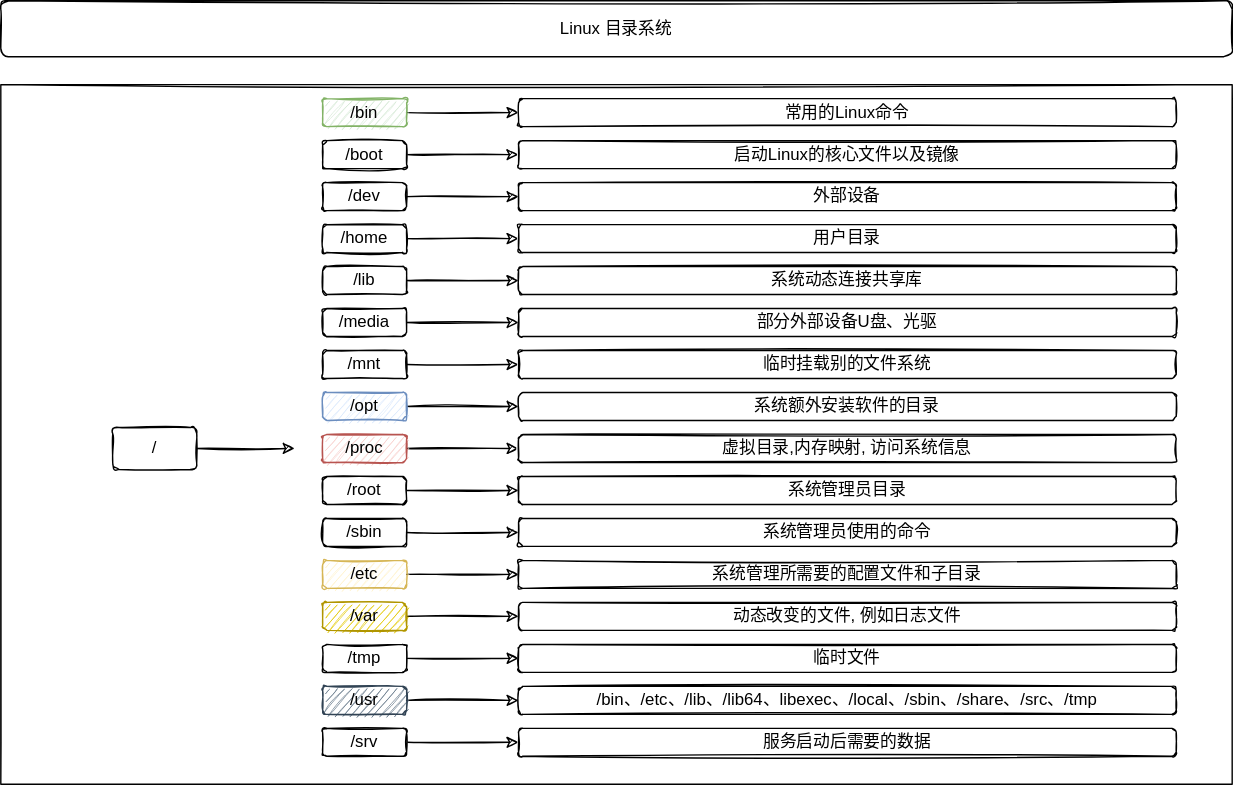
cd-home/Root keeps this draw.io diagram as 03-工作环境/images/Linux_dir.svg. Above is the earlier version. Source tidied: cells renumbered, new cells last; positions are measured from the earlier drawing's top-left corner, leaving out a move shared by most shapes.
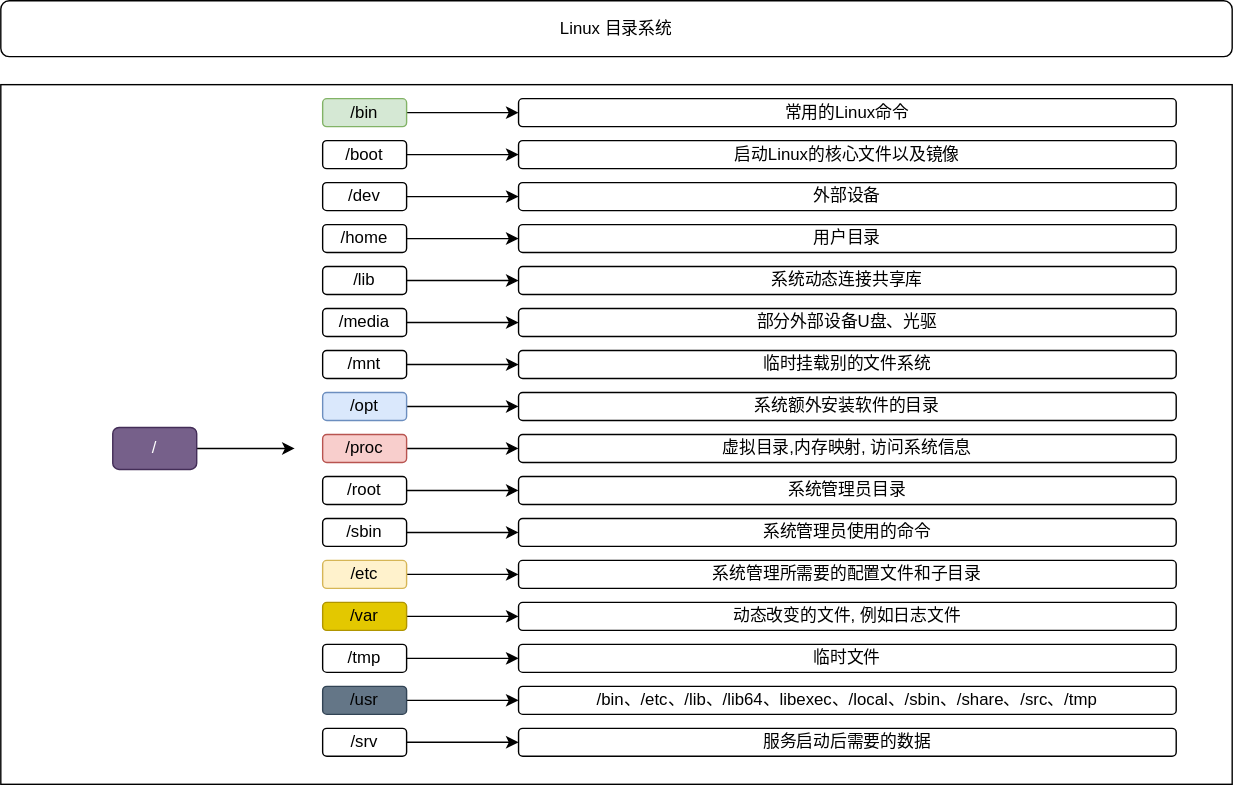
After the change.

What changed in the source:
```diff
@@ -2,162 +2,162 @@
   <root>
     <mxCell id="0" />
     <mxCell id="1" parent="0" />
-    <mxCell id="2" value="Linux 目录系统" style="rounded=1;whiteSpace=wrap;html=1;sketch=1;" parent="1" vertex="1">
+    <mxCell id="2" value="Linux 目录系统" style="rounded=1;whiteSpace=wrap;html=1;" parent="1" vertex="1">
       <mxGeometry width="880" height="40" as="geometry" />
     </mxCell>
-    <mxCell id="3" style="rounded=0;whiteSpace=wrap;html=1;sketch=1;" parent="1" vertex="1">
+    <mxCell id="3" style="rounded=0;whiteSpace=wrap;html=1;" parent="1" vertex="1">
       <mxGeometry y="60" width="880" height="500" as="geometry" />
     </mxCell>
-    <mxCell id="4" style="edgeStyle=orthogonalEdgeStyle;rounded=0;sketch=1;jettySize=auto;html=1;fontColor=#000000;" parent="1" edge="1" source="5">
+    <mxCell id="4" style="edgeStyle=orthogonalEdgeStyle;rounded=0;jettySize=auto;html=1;fontColor=#000000;" parent="1" edge="1" source="5">
       <mxGeometry relative="1" as="geometry">
         <mxPoint x="210" y="320" as="targetPoint" />
       </mxGeometry>
     </mxCell>
-    <mxCell id="5" value="/" style="rounded=1;whiteSpace=wrap;html=1;sketch=1;" parent="1" vertex="1">
+    <mxCell id="5" value="/" style="rounded=1;whiteSpace=wrap;html=1;fillColor=#76608a;fontColor=#ffffff;strokeColor=#432D57;" parent="1" vertex="1">
       <mxGeometry x="80" y="305" width="60" height="30" as="geometry" />
     </mxCell>
-    <mxCell id="6" style="edgeStyle=orthogonalEdgeStyle;rounded=0;sketch=1;jettySize=auto;html=1;" parent="1" edge="1" source="7" target="38">
+    <mxCell id="6" style="edgeStyle=orthogonalEdgeStyle;rounded=0;jettySize=auto;html=1;" parent="1" edge="1" source="7" target="38">
       <mxGeometry relative="1" as="geometry" />
     </mxCell>
-    <mxCell id="7" value="/bin" style="rounded=1;whiteSpace=wrap;html=1;sketch=1;fillColor=#d5e8d4;strokeColor=#82b366;" parent="1" vertex="1">
+    <mxCell id="7" value="/bin" style="rounded=1;whiteSpace=wrap;html=1;fillColor=#d5e8d4;strokeColor=#82b366;" parent="1" vertex="1">
       <mxGeometry x="230" y="70" width="60" height="20" as="geometry" />
     </mxCell>
-    <mxCell id="8" style="edgeStyle=orthogonalEdgeStyle;rounded=0;sketch=1;jettySize=auto;html=1;" parent="1" edge="1" source="9" target="39">
+    <mxCell id="8" style="edgeStyle=orthogonalEdgeStyle;rounded=0;jettySize=auto;html=1;" parent="1" edge="1" source="9" target="39">
       <mxGeometry relative="1" as="geometry" />
     </mxCell>
-    <mxCell id="9" value="/boot" style="rounded=1;whiteSpace=wrap;html=1;sketch=1;" parent="1" vertex="1">
+    <mxCell id="9" value="/boot" style="rounded=1;whiteSpace=wrap;html=1;" parent="1" vertex="1">
       <mxGeometry x="230" y="100" width="60" height="20" as="geometry" />
     </mxCell>
-    <mxCell id="10" style="edgeStyle=orthogonalEdgeStyle;rounded=0;sketch=1;jettySize=auto;html=1;" parent="1" edge="1" source="11" target="40">
+    <mxCell id="10" style="edgeStyle=orthogonalEdgeStyle;rounded=0;jettySize=auto;html=1;" parent="1" edge="1" source="11" target="40">
       <mxGeometry relative="1" as="geometry" />
     </mxCell>
-    <mxCell id="11" value="/dev" style="rounded=1;whiteSpace=wrap;html=1;sketch=1;" parent="1" vertex="1">
+    <mxCell id="11" value="/dev" style="rounded=1;whiteSpace=wrap;html=1;" parent="1" vertex="1">
       <mxGeometry x="230" y="130" width="60" height="20" as="geometry" />
     </mxCell>
-    <mxCell id="12" style="edgeStyle=orthogonalEdgeStyle;rounded=0;sketch=1;jettySize=auto;html=1;" parent="1" edge="1" source="13" target="41">
+    <mxCell id="12" style="edgeStyle=orthogonalEdgeStyle;rounded=0;jettySize=auto;html=1;" parent="1" edge="1" source="13" target="41">
       <mxGeometry relative="1" as="geometry" />
     </mxCell>
-    <mxCell id="13" value="/home" style="rounded=1;whiteSpace=wrap;html=1;sketch=1;" parent="1" vertex="1">
+    <mxCell id="13" value="/home" style="rounded=1;whiteSpace=wrap;html=1;" parent="1" vertex="1">
       <mxGeometry x="230" y="160" width="60" height="20" as="geometry" />
     </mxCell>
-    <mxCell id="14" style="edgeStyle=orthogonalEdgeStyle;rounded=0;sketch=1;jettySize=auto;html=1;" parent="1" edge="1" source="15" target="42">
+    <mxCell id="14" style="edgeStyle=orthogonalEdgeStyle;rounded=0;jettySize=auto;html=1;" parent="1" edge="1" source="15" target="42">
       <mxGeometry relative="1" as="geometry" />
     </mxCell>
-    <mxCell id="15" value="/lib" style="rounded=1;whiteSpace=wrap;html=1;sketch=1;" parent="1" vertex="1">
+    <mxCell id="15" value="/lib" style="rounded=1;whiteSpace=wrap;html=1;" parent="1" vertex="1">
       <mxGeometry x="230" y="190" width="60" height="20" as="geometry" />
     </mxCell>
-    <mxCell id="16" style="edgeStyle=orthogonalEdgeStyle;rounded=0;sketch=1;jettySize=auto;html=1;" parent="1" edge="1" source="17" target="43">
+    <mxCell id="16" style="edgeStyle=orthogonalEdgeStyle;rounded=0;jettySize=auto;html=1;" parent="1" edge="1" source="17" target="43">
       <mxGeometry relative="1" as="geometry" />
     </mxCell>
-    <mxCell id="17" value="/media" style="rounded=1;whiteSpace=wrap;html=1;sketch=1;" parent="1" vertex="1">
+    <mxCell id="17" value="/media" style="rounded=1;whiteSpace=wrap;html=1;" parent="1" vertex="1">
       <mxGeometry x="230" y="220" width="60" height="20" as="geometry" />
     </mxCell>
-    <mxCell id="18" style="edgeStyle=orthogonalEdgeStyle;rounded=0;sketch=1;jettySize=auto;html=1;" parent="1" edge="1" source="19" target="44">
+    <mxCell id="18" style="edgeStyle=orthogonalEdgeStyle;rounded=0;jettySize=auto;html=1;" parent="1" edge="1" source="19" target="44">
       <mxGeometry relative="1" as="geometry" />
     </mxCell>
-    <mxCell id="19" value="/mnt" style="rounded=1;whiteSpace=wrap;html=1;sketch=1;" parent="1" vertex="1">
+    <mxCell id="19" value="/mnt" style="rounded=1;whiteSpace=wrap;html=1;" parent="1" vertex="1">
       <mxGeometry x="230" y="250" width="60" height="20" as="geometry" />
     </mxCell>
-    <mxCell id="20" style="edgeStyle=orthogonalEdgeStyle;rounded=0;sketch=1;jettySize=auto;html=1;" parent="1" edge="1" source="21" target="45">
+    <mxCell id="20" style="edgeStyle=orthogonalEdgeStyle;rounded=0;jettySize=auto;html=1;" parent="1" edge="1" source="21" target="45">
       <mxGeometry relative="1" as="geometry" />
     </mxCell>
-    <mxCell id="21" value="/opt" style="rounded=1;whiteSpace=wrap;html=1;sketch=1;fillColor=#dae8fc;strokeColor=#6c8ebf;" parent="1" vertex="1">
+    <mxCell id="21" value="/opt" style="rounded=1;whiteSpace=wrap;html=1;fillColor=#dae8fc;strokeColor=#6c8ebf;" parent="1" vertex="1">
       <mxGeometry x="230" y="280" width="60" height="20" as="geometry" />
     </mxCell>
-    <mxCell id="22" style="edgeStyle=orthogonalEdgeStyle;rounded=0;sketch=1;jettySize=auto;html=1;" parent="1" edge="1" source="23" target="46">
+    <mxCell id="22" style="edgeStyle=orthogonalEdgeStyle;rounded=0;jettySize=auto;html=1;" parent="1" edge="1" source="23" target="46">
       <mxGeometry relative="1" as="geometry" />
     </mxCell>
-    <mxCell id="23" value="/proc" style="rounded=1;whiteSpace=wrap;html=1;sketch=1;fillColor=#f8cecc;strokeColor=#b85450;" parent="1" vertex="1">
+    <mxCell id="23" value="/proc" style="rounded=1;whiteSpace=wrap;html=1;fillColor=#f8cecc;strokeColor=#b85450;" parent="1" vertex="1">
       <mxGeometry x="230" y="310" width="60" height="20" as="geometry" />
     </mxCell>
-    <mxCell id="24" style="edgeStyle=orthogonalEdgeStyle;rounded=0;sketch=1;jettySize=auto;html=1;" parent="1" edge="1" source="25" target="47">
+    <mxCell id="24" style="edgeStyle=orthogonalEdgeStyle;rounded=0;jettySize=auto;html=1;" parent="1" edge="1" source="25" target="47">
       <mxGeometry relative="1" as="geometry" />
     </mxCell>
-    <mxCell id="25" value="/root" style="rounded=1;whiteSpace=wrap;html=1;sketch=1;" parent="1" vertex="1">
+    <mxCell id="25" value="/root" style="rounded=1;whiteSpace=wrap;html=1;" parent="1" vertex="1">
       <mxGeometry x="230" y="340" width="60" height="20" as="geometry" />
     </mxCell>
-    <mxCell id="26" style="edgeStyle=orthogonalEdgeStyle;rounded=0;sketch=1;jettySize=auto;html=1;" parent="1" edge="1" source="27" target="48">
+    <mxCell id="26" style="edgeStyle=orthogonalEdgeStyle;rounded=0;jettySize=auto;html=1;" parent="1" edge="1" source="27" target="48">
       <mxGeometry relative="1" as="geometry" />
     </mxCell>
-    <mxCell id="27" value="/sbin" style="rounded=1;whiteSpace=wrap;html=1;sketch=1;" parent="1" vertex="1">
+    <mxCell id="27" value="/sbin" style="rounded=1;whiteSpace=wrap;html=1;" parent="1" vertex="1">
       <mxGeometry x="230" y="370" width="60" height="20" as="geometry" />
     </mxCell>
-    <mxCell id="28" style="edgeStyle=orthogonalEdgeStyle;rounded=0;sketch=1;jettySize=auto;html=1;" parent="1" edge="1" source="29" target="49">
+    <mxCell id="28" style="edgeStyle=orthogonalEdgeStyle;rounded=0;jettySize=auto;html=1;" parent="1" edge="1" source="29" target="49">
       <mxGeometry relative="1" as="geometry" />
     </mxCell>
-    <mxCell id="29" value="/etc" style="rounded=1;whiteSpace=wrap;html=1;sketch=1;fillColor=#fff2cc;strokeColor=#d6b656;" parent="1" vertex="1">
+    <mxCell id="29" value="/etc" style="rounded=1;whiteSpace=wrap;html=1;fillColor=#fff2cc;strokeColor=#d6b656;" parent="1" vertex="1">
       <mxGeometry x="230" y="400" width="60" height="20" as="geometry" />
     </mxCell>
-    <mxCell id="30" style="edgeStyle=orthogonalEdgeStyle;rounded=0;sketch=1;jettySize=auto;html=1;" parent="1" edge="1" source="31" target="50">
+    <mxCell id="30" style="edgeStyle=orthogonalEdgeStyle;rounded=0;jettySize=auto;html=1;" parent="1" edge="1" source="31" target="50">
       <mxGeometry relative="1" as="geometry" />
     </mxCell>
-    <mxCell id="31" value="/var" style="rounded=1;whiteSpace=wrap;html=1;sketch=1;fillColor=#e3c800;strokeColor=#B09500;fontColor=#000000;" parent="1" vertex="1">
+    <mxCell id="31" value="/var" style="rounded=1;whiteSpace=wrap;html=1;fillColor=#e3c800;strokeColor=#B09500;fontColor=#000000;" parent="1" vertex="1">
       <mxGeometry x="230" y="430" width="60" height="20" as="geometry" />
     </mxCell>
-    <mxCell id="32" style="edgeStyle=orthogonalEdgeStyle;rounded=0;sketch=1;jettySize=auto;html=1;" parent="1" edge="1" source="33" target="51">
+    <mxCell id="32" style="edgeStyle=orthogonalEdgeStyle;rounded=0;jettySize=auto;html=1;" parent="1" edge="1" source="33" target="51">
       <mxGeometry relative="1" as="geometry" />
     </mxCell>
-    <mxCell id="33" value="/tmp" style="rounded=1;whiteSpace=wrap;html=1;sketch=1;" parent="1" vertex="1">
+    <mxCell id="33" value="/tmp" style="rounded=1;whiteSpace=wrap;html=1;" parent="1" vertex="1">
       <mxGeometry x="230" y="460" width="60" height="20" as="geometry" />
     </mxCell>
-    <mxCell id="34" style="edgeStyle=orthogonalEdgeStyle;rounded=0;sketch=1;jettySize=auto;html=1;" parent="1" edge="1" source="35" target="52">
+    <mxCell id="34" style="edgeStyle=orthogonalEdgeStyle;rounded=0;jettySize=auto;html=1;" parent="1" edge="1" source="35" target="52">
       <mxGeometry relative="1" as="geometry" />
     </mxCell>
-    <mxCell id="35" value="&lt;font color=&quot;#000000&quot;&gt;/usr&lt;/font&gt;" style="rounded=1;whiteSpace=wrap;html=1;sketch=1;fillColor=#647687;fontColor=#ffffff;strokeColor=#314354;" parent="1" vertex="1">
+    <mxCell id="35" value="&lt;font color=&quot;#000000&quot;&gt;/usr&lt;/font&gt;" style="rounded=1;whiteSpace=wrap;html=1;fillColor=#647687;fontColor=#ffffff;strokeColor=#314354;" parent="1" vertex="1">
       <mxGeometry x="230" y="490" width="60" height="20" as="geometry" />
     </mxCell>
-    <mxCell id="36" style="edgeStyle=orthogonalEdgeStyle;rounded=0;sketch=1;jettySize=auto;html=1;" parent="1" edge="1" source="37" target="53">
+    <mxCell id="36" style="edgeStyle=orthogonalEdgeStyle;rounded=0;jettySize=auto;html=1;" parent="1" edge="1" source="37" target="53">
       <mxGeometry relative="1" as="geometry" />
     </mxCell>
-    <mxCell id="37" value="/srv" style="rounded=1;whiteSpace=wrap;html=1;sketch=1;" parent="1" vertex="1">
+    <mxCell id="37" value="/srv" style="rounded=1;whiteSpace=wrap;html=1;" parent="1" vertex="1">
       <mxGeometry x="230" y="520" width="60" height="20" as="geometry" />
     </mxCell>
-    <mxCell id="38" value="常用的Linux命令" style="rounded=1;whiteSpace=wrap;html=1;sketch=1;" parent="1" vertex="1">
+    <mxCell id="38" value="常用的Linux命令" style="rounded=1;whiteSpace=wrap;html=1;" parent="1" vertex="1">
       <mxGeometry x="370" y="70" width="470" height="20" as="geometry" />
     </mxCell>
-    <mxCell id="39" value="启动Linux的核心文件以及镜像" style="rounded=1;whiteSpace=wrap;html=1;sketch=1;" parent="1" vertex="1">
+    <mxCell id="39" value="启动Linux的核心文件以及镜像" style="rounded=1;whiteSpace=wrap;html=1;" parent="1" vertex="1">
       <mxGeometry x="370" y="100" width="470" height="20" as="geometry" />
     </mxCell>
-    <mxCell id="40" value="外部设备" style="rounded=1;whiteSpace=wrap;html=1;sketch=1;" parent="1" vertex="1">
+    <mxCell id="40" value="外部设备" style="rounded=1;whiteSpace=wrap;html=1;" parent="1" vertex="1">
       <mxGeometry x="370" y="130" width="470" height="20" as="geometry" />
     </mxCell>
-    <mxCell id="41" value="用户目录" style="rounded=1;whiteSpace=wrap;html=1;sketch=1;" parent="1" vertex="1">
+    <mxCell id="41" value="用户目录" style="rounded=1;whiteSpace=wrap;html=1;" parent="1" vertex="1">
       <mxGeometry x="370" y="160" width="470" height="20" as="geometry" />
     </mxCell>
-    <mxCell id="42" value="系统动态连接共享库" style="rounded=1;whiteSpace=wrap;html=1;sketch=1;" parent="1" vertex="1">
+    <mxCell id="42" value="系统动态连接共享库" style="rounded=1;whiteSpace=wrap;html=1;" parent="1" vertex="1">
       <mxGeometry x="370" y="190" width="470" height="20" as="geometry" />
     </mxCell>
-    <mxCell id="43" value="部分外部设备U盘、光驱" style="rounded=1;whiteSpace=wrap;html=1;sketch=1;" parent="1" vertex="1">
+    <mxCell id="43" value="部分外部设备U盘、光驱" style="rounded=1;whiteSpace=wrap;html=1;" parent="1" vertex="1">
       <mxGeometry x="370" y="220" width="470" height="20" as="geometry" />
     </mxCell>
-    <mxCell id="44" value="临时挂载别的文件系统" style="rounded=1;whiteSpace=wrap;html=1;sketch=1;" parent="1" vertex="1">
+    <mxCell id="44" value="临时挂载别的文件系统" style="rounded=1;whiteSpace=wrap;html=1;" parent="1" vertex="1">
       <mxGeometry x="370" y="250" width="470" height="20" as="geometry" />
     </mxCell>
-    <mxCell id="45" value="系统额外安装软件的目录" style="rounded=1;whiteSpace=wrap;html=1;sketch=1;" parent="1" vertex="1">
+    <mxCell id="45" value="系统额外安装软件的目录" style="rounded=1;whiteSpace=wrap;html=1;" parent="1" vertex="1">
       <mxGeometry x="370" y="280" width="470" height="20" as="geometry" />
     </mxCell>
-    <mxCell id="46" value="虚拟目录,内存映射, 访问系统信息" style="rounded=1;whiteSpace=wrap;html=1;sketch=1;" parent="1" vertex="1">
+    <mxCell id="46" value="虚拟目录,内存映射, 访问系统信息" style="rounded=1;whiteSpace=wrap;html=1;" parent="1" vertex="1">
       <mxGeometry x="370" y="310" width="470" height="20" as="geometry" />
     </mxCell>
-    <mxCell id="47" value="系统管理员目录" style="rounded=1;whiteSpace=wrap;html=1;sketch=1;" parent="1" vertex="1">
+    <mxCell id="47" value="系统管理员目录" style="rounded=1;whiteSpace=wrap;html=1;" parent="1" vertex="1">
       <mxGeometry x="370" y="340" width="470" height="20" as="geometry" />
     </mxCell>
-    <mxCell id="48" value="系统管理员使用的命令" style="rounded=1;whiteSpace=wrap;html=1;sketch=1;" parent="1" vertex="1">
+    <mxCell id="48" value="系统管理员使用的命令" style="rounded=1;whiteSpace=wrap;html=1;" parent="1" vertex="1">
       <mxGeometry x="370" y="370" width="470" height="20" as="geometry" />
     </mxCell>
-    <mxCell id="49" value="系统管理所需要的配置文件和子目录" style="rounded=1;whiteSpace=wrap;html=1;sketch=1;" parent="1" vertex="1">
+    <mxCell id="49" value="系统管理所需要的配置文件和子目录" style="rounded=1;whiteSpace=wrap;html=1;" parent="1" vertex="1">
       <mxGeometry x="370" y="400" width="470" height="20" as="geometry" />
     </mxCell>
-    <mxCell id="50" value="动态改变的文件, 例如日志文件" style="rounded=1;whiteSpace=wrap;html=1;sketch=1;" parent="1" vertex="1">
+    <mxCell id="50" value="动态改变的文件, 例如日志文件" style="rounded=1;whiteSpace=wrap;html=1;" parent="1" vertex="1">
       <mxGeometry x="370" y="430" width="470" height="20" as="geometry" />
     </mxCell>
-    <mxCell id="51" value="临时文件" style="rounded=1;whiteSpace=wrap;html=1;sketch=1;" parent="1" vertex="1">
+    <mxCell id="51" value="临时文件" style="rounded=1;whiteSpace=wrap;html=1;" parent="1" vertex="1">
       <mxGeometry x="370" y="460" width="470" height="20" as="geometry" />
     </mxCell>
-    <mxCell id="52" value="/bin、/etc、/lib、/lib64、libexec、/local、/sbin、/share、/src、/tmp" style="rounded=1;whiteSpace=wrap;html=1;sketch=1;" parent="1" vertex="1">
+    <mxCell id="52" value="/bin、/etc、/lib、/lib64、libexec、/local、/sbin、/share、/src、/tmp" style="rounded=1;whiteSpace=wrap;html=1;" parent="1" vertex="1">
       <mxGeometry x="370" y="490" width="470" height="20" as="geometry" />
     </mxCell>
-    <mxCell id="53" value="服务启动后需要的数据" style="rounded=1;whiteSpace=wrap;html=1;sketch=1;" parent="1" vertex="1">
+    <mxCell id="53" value="服务启动后需要的数据" style="rounded=1;whiteSpace=wrap;html=1;" parent="1" vertex="1">
       <mxGeometry x="370" y="520" width="470" height="20" as="geometry" />
     </mxCell>
   </root>
```
